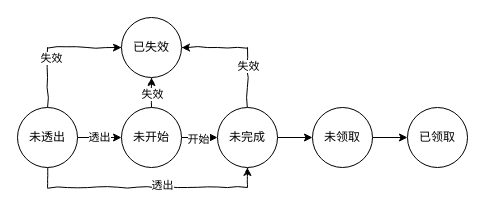
Earlier version of the draw.io diagram Untitled Diagram.drawio (LuiBu/my-pictures). Source tidied: cells renumbered, new cells numbered last; positions are measured from the earlier drawing's top-left corner, leaving out a move shared by most shapes. Both pictures are drawn from the tidied source at 100%, with x=0, y=0 at pixel (17, 17).
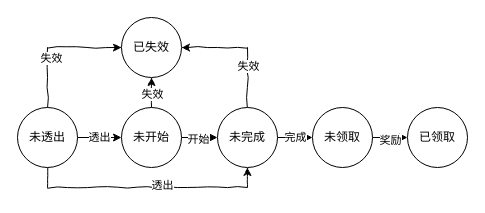
The same diagram, later.

The change refers to these unchanged cells:
```xml
<mxCell id="5" value="未完成" style="ellipse;whiteSpace=wrap;html=1;labelPadding=0;comic=1;" parent="1" vertex="1">
  <mxGeometry x="200" y="90" width="60" height="60" as="geometry" />
</mxCell>
<mxCell id="6" style="edgeStyle=orthogonalEdgeStyle;rounded=0;jettySize=auto;html=1;exitX=1;exitY=0.5;exitDx=0;exitDy=0;entryX=0;entryY=0.5;entryDx=0;entryDy=0;" parent="1" edge="1" source="7" target="8">
  <mxGeometry relative="1" as="geometry" />
</mxCell>
<mxCell id="7" value="未领取" style="ellipse;whiteSpace=wrap;html=1;labelPadding=0;comic=1;" parent="1" vertex="1">
  <mxGeometry x="295" y="90" width="60" height="60" as="geometry" />
</mxCell>
```

What changed in the source:
```diff
@@
-    <mxCell id="2" style="edgeStyle=orthogonalEdgeStyle;rounded=0;jettySize=auto;html=1;exitX=1;exitY=0.5;exitDx=0;exitDy=0;entryX=0;entryY=0.5;entryDx=0;entryDy=0;" parent="1" edge="1" source="5" target="7">
+    <mxCell id="2" value="完成" style="edgeStyle=orthogonalEdgeStyle;rounded=0;jettySize=auto;html=1;exitX=1;exitY=0.5;exitDx=0;exitDy=0;entryX=0;entryY=0.5;entryDx=0;entryDy=0;" parent="1" edge="1" source="5" target="7">
       <mxGeometry relative="1" as="geometry" />
     </mxCell>
@@
+    <mxCell id="21" value="奖励" style="edgeLabel;html=1;align=center;verticalAlign=middle;" parent="6" vertex="1">
+      <mxGeometry x="-0.03" y="-2" relative="1" as="geometry" />
+    </mxCell>
```
